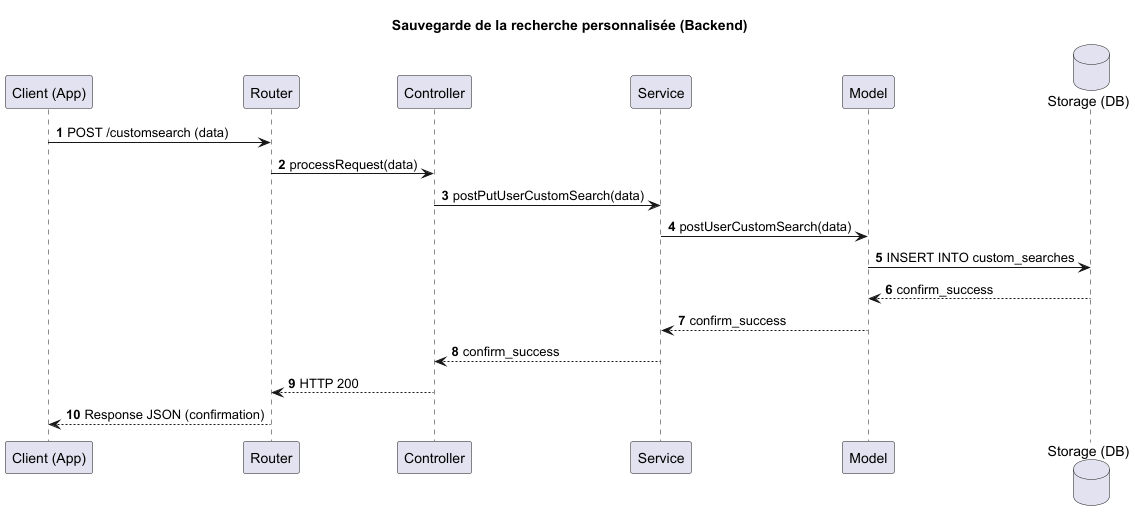
The PlantUML diagram docs/UML/search-history-save-diagram-Sauvegarde_de_la_recherche_personnalisée__Backend_.png in TPI2026-NewsGenerator/NewsGenerator-Backend, before a commit.
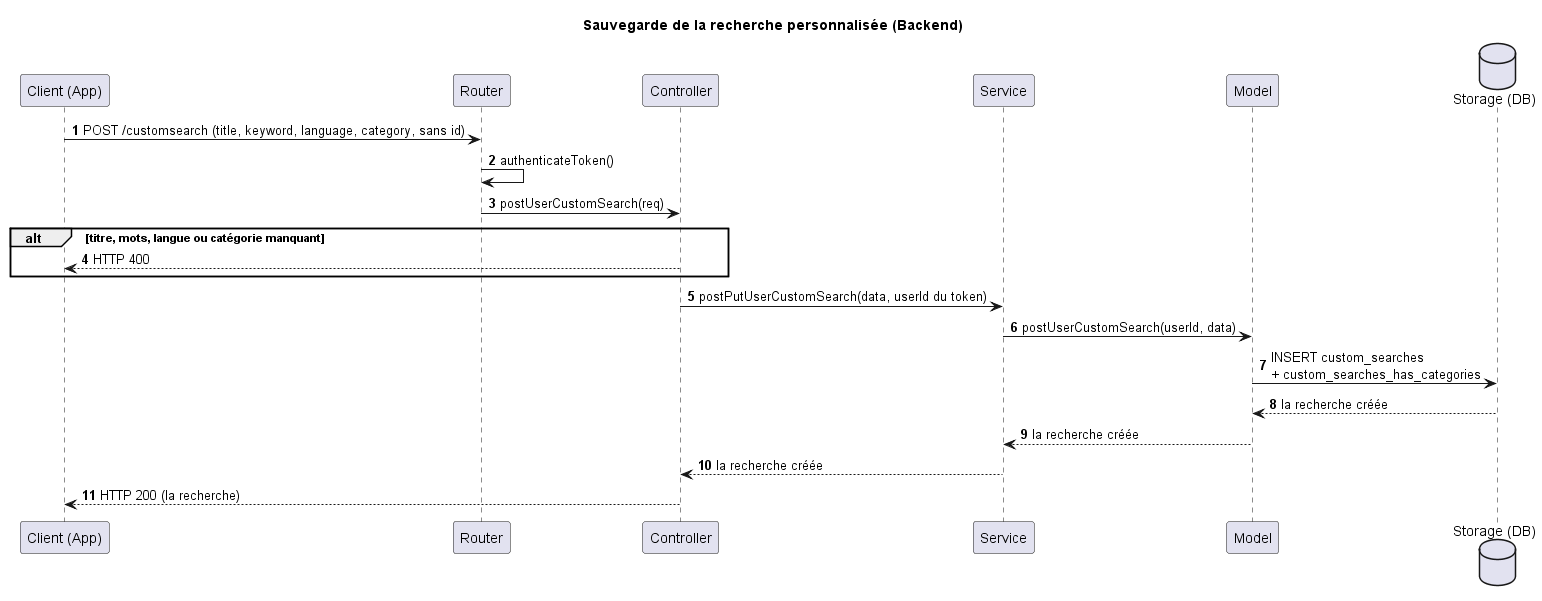
Above is the later version.

Change to the diagram source:
```diff
@@ -9,15 +9,18 @@
 participant "Model" as Model
 database "Storage (DB)" as Storage
 
-Client -> Router : POST /customsearch (data)
-Router -> Controller : processRequest(data)
-Controller -> Service : postPutUserCustomSearch(data)
-Service -> Model : postUserCustomSearch(data)
-Model -> Storage : INSERT INTO custom_searches
-Storage --> Model : confirm_success
-Model --> Service : confirm_success
-Service --> Controller : confirm_success
-Controller --> Router : HTTP 200
-Router --> Client : Response JSON (confirmation)
+Client -> Router : POST /customsearch (title, keyword, language, category, sans id)
+Router -> Router : authenticateToken()
+Router -> Controller : postUserCustomSearch(req)
+alt titre, mots, langue ou catégorie manquant
+    Controller --> Client : HTTP 400
+end
+Controller -> Service : postPutUserCustomSearch(data, userId du token)
+Service -> Model : postUserCustomSearch(userId, data)
+Model -> Storage : INSERT custom_searches\n+ custom_searches_has_categories
+Storage --> Model : la recherche créée
+Model --> Service : la recherche créée
+Service --> Controller : la recherche créée
+Controller --> Client : HTTP 200 (la recherche)
 
 @enduml
```
